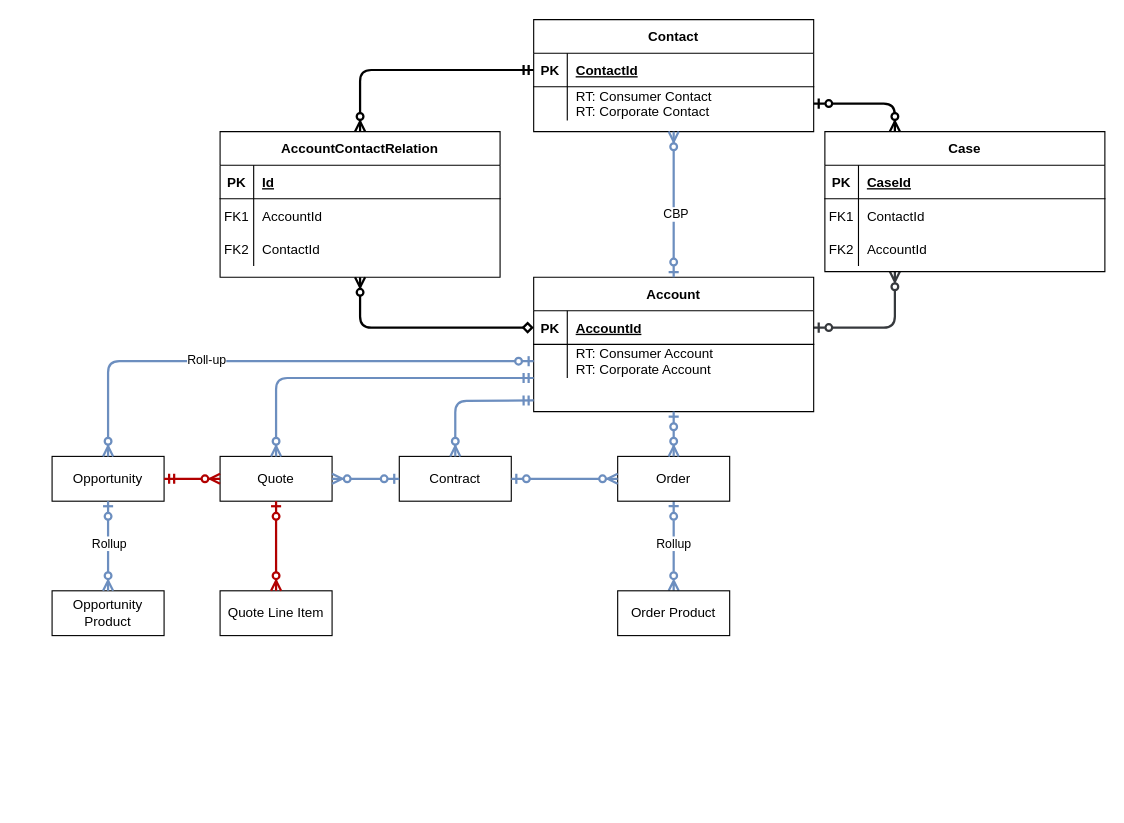
sivanandjothy/arkangel keeps this draw.io diagram as page "Sales-Service" (1 of 2) of sales_service_datamodels.drawio. Above is the earlier version. Source tidied: cells renumbered, new cells numbered last; positions are measured from the earlier drawing's top-left corner, leaving out a move shared by most shapes. Both pictures are drawn from the tidied source at 112%, with x=0, y=0 at pixel (52, 19).
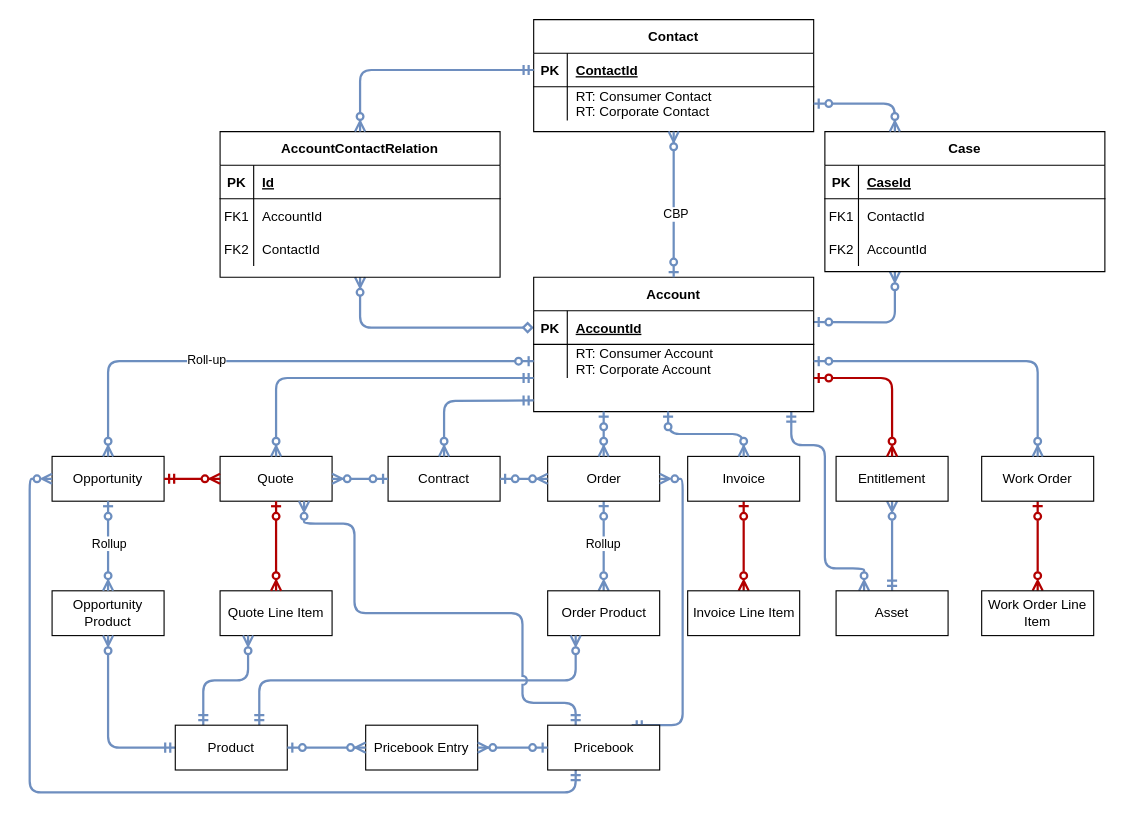
Above is the later version.

Unchanged cells that the change refers to:
```xml
<mxCell id="4" value="Account" style="shape=table;startSize=30;childLayout=tableLayout;rowLines=0;fontStyle=1;align=center;" parent="1" vertex="1">
  <mxGeometry x="430" y="230" width="250" height="120" as="geometry" />
</mxCell>
<mxCell id="5" style="shape=partialRectangle;fillColor=none;points=[[0,0.5],[1,0.5]];portConstraint=eastwest;top=0;left=0;right=0;bottom=1;" parent="4" vertex="1">
  <mxGeometry y="30" width="250" height="30" as="geometry" />
</mxCell>
<mxCell id="8" style="shape=partialRectangle;fillColor=none;points=[[0,0.5],[1,0.5]];portConstraint=eastwest;top=0;left=0;right=0;bottom=0;" parent="4" vertex="1">
  <mxGeometry y="60" width="250" height="30" as="geometry" />
</mxCell>
<mxCell id="11" value="AccountContactRelation" style="shape=table;startSize=30;childLayout=tableLayout;rowLines=0;fontStyle=1;align=center;" parent="1" vertex="1">
  <mxGeometry x="150" y="100" width="250" height="130" as="geometry" />
</mxCell>
<mxCell id="22" style="shape=partialRectangle;fillColor=none;points=[[0,0.5],[1,0.5]];portConstraint=eastwest;top=0;left=0;right=0;bottom=1;" parent="21" vertex="1">
  <mxGeometry y="30" width="250" height="30" as="geometry" />
</mxCell>
<mxCell id="25" style="shape=partialRectangle;fillColor=none;points=[[0,0.5],[1,0.5]];portConstraint=eastwest;top=0;left=0;right=0;bottom=0;" parent="21" vertex="1">
  <mxGeometry y="60" width="250" height="30" as="geometry" />
</mxCell>
<mxCell id="29" value="Case" style="shape=table;startSize=30;childLayout=tableLayout;rowLines=0;fontStyle=1;align=center;" parent="1" vertex="1">
  <mxGeometry x="690" y="100" width="250" height="125" as="geometry" />
</mxCell>
<mxCell id="42" value="Opportunity" style="whiteSpace=wrap;html=1;align=center;" parent="1" vertex="1">
  <mxGeometry y="390" width="100" height="40" as="geometry" />
</mxCell>
<mxCell id="43" value="Opportunity Product" style="whiteSpace=wrap;html=1;align=center;" parent="1" vertex="1">
  <mxGeometry y="510" width="100" height="40" as="geometry" />
</mxCell>
<mxCell id="48" value="Quote" style="whiteSpace=wrap;html=1;align=center;" parent="1" vertex="1">
  <mxGeometry x="150" y="390" width="100" height="40" as="geometry" />
</mxCell>
<mxCell id="49" value="Quote Line Item" style="whiteSpace=wrap;html=1;align=center;" parent="1" vertex="1">
  <mxGeometry x="150" y="510" width="100" height="40" as="geometry" />
</mxCell>
```

Diff of the diagram source:
```diff
@@
-    <mxCell id="2" style="endArrow=ERzeroToMany;startArrow=diamond;endFill=1;startFill=0;exitX=0;exitY=0.5;exitDx=0;exitDy=0;edgeStyle=orthogonalEdgeStyle;entryX=0.5;entryY=1;entryDx=0;entryDy=0;strokeWidth=2;" parent="1" edge="1" source="5" target="11">
+    <mxCell id="2" style="endArrow=ERzeroToMany;startArrow=diamond;endFill=1;startFill=0;exitX=0;exitY=0.5;exitDx=0;exitDy=0;edgeStyle=orthogonalEdgeStyle;entryX=0.5;entryY=1;entryDx=0;entryDy=0;strokeWidth=2;strokeColor=#6e8ebf;" parent="1" edge="1" source="5" target="11">
       <mxGeometry relative="1" as="geometry" />
     </mxCell>
-    <mxCell id="3" style="rounded=1;jumpStyle=arc;jettySize=auto;html=1;strokeColor=#36393d;endArrow=ERzeroToMany;endFill=0;startArrow=ERzeroToOne;startFill=0;entryX=0.25;entryY=1;entryDx=0;entryDy=0;edgeStyle=orthogonalEdgeStyle;exitX=1;exitY=0.5;exitDx=0;exitDy=0;strokeWidth=2;fillColor=#cce5ff;" parent="1" edge="1" source="5" target="29">
-      <mxGeometry relative="1" as="geometry" />
+    <mxCell id="3" style="rounded=1;jumpStyle=arc;jettySize=auto;html=1;strokeColor=#6d8ebf;endArrow=ERzeroToMany;endFill=0;startArrow=ERzeroToOne;startFill=0;entryX=0.25;entryY=1;entryDx=0;entryDy=0;edgeStyle=orthogonalEdgeStyle;strokeWidth=2;fillColor=#cce5ff;" parent="1" edge="1" target="29">
+      <mxGeometry relative="1" as="geometry">
+        <mxPoint x="680" y="270" as="sourcePoint" />
+      </mxGeometry>
     </mxCell>
+    <mxCell id="62" style="edgeStyle=orthogonalEdgeStyle;rounded=1;jumpStyle=arc;jettySize=auto;html=1;entryX=0.25;entryY=0;entryDx=0;entryDy=0;strokeColor=#6e8ebf;strokeWidth=2;startArrow=ERmandOne;startFill=0;endArrow=ERzeroToMany;endFill=0;" parent="1" edge="1" target="83">
+      <mxGeometry relative="1" as="geometry">
+        <mxPoint x="660" y="350" as="sourcePoint" />
+        <Array as="points">
+          <mxPoint x="660" y="380" />
+          <mxPoint x="690" y="380" />
+          <mxPoint x="690" y="490" />
+          <mxPoint x="725" y="490" />
+        </Array>
+      </mxGeometry>
+    </mxCell>
@@
-    <mxCell id="28" style="endArrow=ERzeroToMany;startArrow=ERmandOne;endFill=1;startFill=0;entryX=0.5;entryY=0;entryDx=0;entryDy=0;exitX=0;exitY=0.5;exitDx=0;exitDy=0;edgeStyle=orthogonalEdgeStyle;strokeWidth=2;" parent="1" edge="1" source="22" target="11">
+    <mxCell id="28" style="endArrow=ERzeroToMany;startArrow=ERmandOne;endFill=1;startFill=0;entryX=0.5;entryY=0;entryDx=0;entryDy=0;exitX=0;exitY=0.5;exitDx=0;exitDy=0;edgeStyle=orthogonalEdgeStyle;strokeWidth=2;strokeColor=#6e8ebf;" parent="1" edge="1" source="22" target="11">
       <mxGeometry relative="1" as="geometry" />
     </mxCell>
@@
-    <mxCell id="41" style="endArrow=ERzeroToMany;startArrow=ERzeroToOne;endFill=1;startFill=0;rounded=1;strokeColor=default;jumpStyle=arc;exitX=1;exitY=0.5;exitDx=0;exitDy=0;entryX=0.25;entryY=0;entryDx=0;entryDy=0;edgeStyle=orthogonalEdgeStyle;strokeWidth=2;" parent="1" edge="1" source="25" target="29">
+    <mxCell id="41" style="endArrow=ERzeroToMany;startArrow=ERzeroToOne;endFill=1;startFill=0;rounded=1;strokeColor=#6e8ebf;jumpStyle=arc;exitX=1;exitY=0.5;exitDx=0;exitDy=0;entryX=0.25;entryY=0;entryDx=0;entryDy=0;edgeStyle=orthogonalEdgeStyle;strokeWidth=2;fillColor=#cce5ff;" parent="1" edge="1" source="25" target="29">
       <mxGeometry relative="1" as="geometry" />
     </mxCell>
@@
     <mxCell id="53" value="Contract" style="whiteSpace=wrap;html=1;align=center;" parent="1" vertex="1">
-      <mxGeometry x="310" y="390" width="100" height="40" as="geometry" />
+      <mxGeometry x="300" y="390" width="100" height="40" as="geometry" />
     </mxCell>
@@
     <mxCell id="56" value="Order" style="whiteSpace=wrap;html=1;align=center;" parent="1" vertex="1">
-      <mxGeometry x="505" y="390" width="100" height="40" as="geometry" />
+      <mxGeometry x="442.5" y="390" width="100" height="40" as="geometry" />
     </mxCell>
     <mxCell id="57" value="Order Product" style="whiteSpace=wrap;html=1;align=center;" parent="1" vertex="1">
-      <mxGeometry x="505" y="510" width="100" height="40" as="geometry" />
+      <mxGeometry x="442.5" y="510" width="100" height="40" as="geometry" />
     </mxCell>
@@
-    <mxCell id="61" style="fontSize=12;html=1;endArrow=ERzeroToMany;startArrow=ERzeroToOne;rounded=1;strokeColor=#6c8ebf;jumpStyle=arc;orthogonal=0;snapToPoint=0;entryX=0.5;entryY=0;entryDx=0;entryDy=0;fillColor=#dae8fc;gradientColor=#7ea6e0;strokeWidth=2;exitX=0.5;exitY=1;exitDx=0;exitDy=0;" parent="1" edge="1" source="4" target="56">
+    <mxCell id="61" style="fontSize=12;html=1;endArrow=ERzeroToMany;startArrow=ERzeroToOne;rounded=1;strokeColor=#6c8ebf;jumpStyle=arc;orthogonal=0;snapToPoint=0;entryX=0.5;entryY=0;entryDx=0;entryDy=0;fillColor=#dae8fc;gradientColor=#7ea6e0;strokeWidth=2;exitX=0.25;exitY=1;exitDx=0;exitDy=0;" parent="1" edge="1" source="4" target="56">
       <mxGeometry x="-0.93" relative="1" as="geometry" />
     </mxCell>
+    <mxCell id="63" style="edgeStyle=orthogonalEdgeStyle;rounded=1;jumpStyle=arc;jettySize=auto;html=1;strokeColor=#B20000;strokeWidth=2;startArrow=ERzeroToOne;startFill=0;endArrow=ERzeroToMany;endFill=0;fontSize=12;fillColor=#e51400;gradientColor=#7ea6e0;" parent="1" edge="1" source="64" target="65">
+      <mxGeometry relative="1" as="geometry" />
+    </mxCell>
+    <mxCell id="64" value="Invoice" style="whiteSpace=wrap;html=1;align=center;" parent="1" vertex="1">
+      <mxGeometry x="567.5" y="390" width="100" height="40" as="geometry" />
+    </mxCell>
+    <mxCell id="65" value="Invoice Line Item" style="whiteSpace=wrap;html=1;align=center;" parent="1" vertex="1">
+      <mxGeometry x="567.5" y="510" width="100" height="40" as="geometry" />
+    </mxCell>
+    <mxCell id="66" style="fontSize=12;html=1;endArrow=ERzeroToMany;startArrow=ERzeroToOne;rounded=1;strokeColor=#6c8ebf;jumpStyle=arc;orthogonal=0;snapToPoint=0;entryX=0.5;entryY=0;entryDx=0;entryDy=0;fillColor=#dae8fc;gradientColor=#7ea6e0;strokeWidth=2;edgeStyle=orthogonalEdgeStyle;" parent="1" edge="1" target="64">
+      <mxGeometry x="-0.93" relative="1" as="geometry">
+        <mxPoint x="550" y="350" as="sourcePoint" />
+        <Array as="points">
+          <mxPoint x="550" y="370" />
+          <mxPoint x="618" y="370" />
+        </Array>
+      </mxGeometry>
+    </mxCell>
+    <mxCell id="67" style="edgeStyle=orthogonalEdgeStyle;rounded=1;jumpStyle=arc;jettySize=auto;html=1;exitX=0;exitY=0.5;exitDx=0;exitDy=0;entryX=0.5;entryY=1;entryDx=0;entryDy=0;strokeColor=#6e8ebf;strokeWidth=2;startArrow=ERmandOne;startFill=0;endArrow=ERzeroToMany;endFill=0;" parent="1" edge="1" source="70" target="43">
+      <mxGeometry relative="1" as="geometry" />
+    </mxCell>
+    <mxCell id="68" style="edgeStyle=orthogonalEdgeStyle;rounded=1;jumpStyle=arc;jettySize=auto;html=1;exitX=0.25;exitY=0;exitDx=0;exitDy=0;entryX=0.25;entryY=1;entryDx=0;entryDy=0;strokeColor=#6e8ebf;strokeWidth=2;startArrow=ERmandOne;startFill=0;endArrow=ERzeroToMany;endFill=0;" parent="1" edge="1" source="70" target="49">
+      <mxGeometry relative="1" as="geometry" />
+    </mxCell>
+    <mxCell id="69" style="edgeStyle=orthogonalEdgeStyle;rounded=1;jumpStyle=arc;jettySize=auto;html=1;exitX=0.75;exitY=0;exitDx=0;exitDy=0;entryX=0.25;entryY=1;entryDx=0;entryDy=0;strokeColor=#6e8ebf;strokeWidth=2;startArrow=ERmandOne;startFill=0;endArrow=ERzeroToMany;endFill=0;" parent="1" edge="1" source="70" target="57">
+      <mxGeometry relative="1" as="geometry" />
+    </mxCell>
+    <mxCell id="70" value="Product" style="whiteSpace=wrap;html=1;align=center;" parent="1" vertex="1">
+      <mxGeometry x="110" y="630" width="100" height="40" as="geometry" />
+    </mxCell>
+    <mxCell id="71" style="edgeStyle=orthogonalEdgeStyle;rounded=1;jumpStyle=arc;jettySize=auto;html=1;exitX=0.25;exitY=1;exitDx=0;exitDy=0;entryX=0;entryY=0.5;entryDx=0;entryDy=0;strokeColor=#6e8ebf;strokeWidth=2;startArrow=ERmandOne;startFill=0;endArrow=ERzeroToMany;endFill=0;" parent="1" edge="1" source="74" target="42">
+      <mxGeometry relative="1" as="geometry" />
+    </mxCell>
+    <mxCell id="72" style="edgeStyle=orthogonalEdgeStyle;rounded=1;jumpStyle=arc;jettySize=auto;html=1;exitX=0.25;exitY=0;exitDx=0;exitDy=0;entryX=0.75;entryY=1;entryDx=0;entryDy=0;strokeColor=#6e8ebf;strokeWidth=2;startArrow=ERmandOne;startFill=0;endArrow=ERzeroToMany;endFill=0;" parent="1" edge="1" source="74" target="48">
+      <mxGeometry relative="1" as="geometry">
+        <Array as="points">
+          <mxPoint x="468" y="610" />
+          <mxPoint x="420" y="610" />
+          <mxPoint x="420" y="530" />
+          <mxPoint x="270" y="530" />
+          <mxPoint x="270" y="450" />
+          <mxPoint x="225" y="450" />
+        </Array>
+      </mxGeometry>
+    </mxCell>
+    <mxCell id="73" style="edgeStyle=orthogonalEdgeStyle;rounded=1;jumpStyle=arc;jettySize=auto;html=1;exitX=0.75;exitY=0;exitDx=0;exitDy=0;entryX=1;entryY=0.5;entryDx=0;entryDy=0;strokeColor=#6e8ebf;strokeWidth=2;startArrow=ERmandOne;startFill=0;endArrow=ERzeroToMany;endFill=0;" parent="1" edge="1" source="74" target="56">
+      <mxGeometry relative="1" as="geometry">
+        <Array as="points">
+          <mxPoint x="563" y="630" />
+          <mxPoint x="563" y="410" />
+        </Array>
+      </mxGeometry>
+    </mxCell>
+    <mxCell id="74" value="Pricebook" style="whiteSpace=wrap;html=1;align=center;" parent="1" vertex="1">
+      <mxGeometry x="442.5" y="630" width="100" height="40" as="geometry" />
+    </mxCell>
+    <mxCell id="75" value="Pricebook Entry" style="whiteSpace=wrap;html=1;align=center;" parent="1" vertex="1">
+      <mxGeometry x="280" y="630" width="100" height="40" as="geometry" />
+    </mxCell>
+    <mxCell id="76" style="fontSize=12;html=1;endArrow=ERzeroToMany;startArrow=ERzeroToOne;rounded=1;strokeColor=#6c8ebf;jumpStyle=arc;orthogonal=0;snapToPoint=0;exitX=1;exitY=0.5;exitDx=0;exitDy=0;entryX=0;entryY=0.5;entryDx=0;entryDy=0;fillColor=#dae8fc;gradientColor=#7ea6e0;strokeWidth=2;" parent="1" edge="1" source="70" target="75">
+      <mxGeometry x="-0.93" relative="1" as="geometry" />
+    </mxCell>
+    <mxCell id="77" style="fontSize=12;html=1;endArrow=ERzeroToMany;startArrow=ERzeroToOne;rounded=1;strokeColor=#6c8ebf;jumpStyle=arc;orthogonal=0;snapToPoint=0;exitX=0;exitY=0.5;exitDx=0;exitDy=0;entryX=1;entryY=0.5;entryDx=0;entryDy=0;fillColor=#dae8fc;gradientColor=#7ea6e0;strokeWidth=2;" parent="1" edge="1" source="74" target="75">
+      <mxGeometry x="-0.93" relative="1" as="geometry" />
+    </mxCell>
+    <mxCell id="78" style="edgeStyle=orthogonalEdgeStyle;rounded=1;jumpStyle=arc;jettySize=auto;html=1;strokeColor=#B20000;strokeWidth=2;startArrow=ERzeroToOne;startFill=0;endArrow=ERzeroToMany;endFill=0;fontSize=12;fillColor=#e51400;gradientColor=#7ea6e0;" parent="1" edge="1" source="79" target="80">
+      <mxGeometry relative="1" as="geometry" />
+    </mxCell>
+    <mxCell id="79" value="Work Order" style="whiteSpace=wrap;html=1;align=center;" parent="1" vertex="1">
+      <mxGeometry x="830" y="390" width="100" height="40" as="geometry" />
+    </mxCell>
+    <mxCell id="80" value="Work Order Line Item" style="whiteSpace=wrap;html=1;align=center;" parent="1" vertex="1">
+      <mxGeometry x="830" y="510" width="100" height="40" as="geometry" />
+    </mxCell>
+    <mxCell id="81" style="fontSize=12;html=1;endArrow=ERzeroToMany;startArrow=ERzeroToOne;rounded=1;strokeColor=#6c8ebf;jumpStyle=arc;orthogonal=0;snapToPoint=0;entryX=0.5;entryY=0;entryDx=0;entryDy=0;fillColor=#dae8fc;gradientColor=#7ea6e0;strokeWidth=2;exitX=1;exitY=0.5;exitDx=0;exitDy=0;edgeStyle=orthogonalEdgeStyle;" parent="1" edge="1" source="8" target="79">
+      <mxGeometry x="-0.93" relative="1" as="geometry" />
+    </mxCell>
+    <mxCell id="82" style="edgeStyle=orthogonalEdgeStyle;rounded=1;jumpStyle=arc;jettySize=auto;html=1;exitX=0.5;exitY=0;exitDx=0;exitDy=0;entryX=0.5;entryY=1;entryDx=0;entryDy=0;strokeColor=#6e8ebf;strokeWidth=2;startArrow=ERmandOne;startFill=0;endArrow=ERzeroToMany;endFill=0;" parent="1" edge="1" source="83" target="84">
+      <mxGeometry relative="1" as="geometry" />
+    </mxCell>
+    <mxCell id="83" value="Asset" style="whiteSpace=wrap;html=1;align=center;" parent="1" vertex="1">
+      <mxGeometry x="700" y="510" width="100" height="40" as="geometry" />
+    </mxCell>
+    <mxCell id="84" value="Entitlement" style="whiteSpace=wrap;html=1;align=center;" parent="1" vertex="1">
+      <mxGeometry x="700" y="390" width="100" height="40" as="geometry" />
+    </mxCell>
+    <mxCell id="85" style="edgeStyle=orthogonalEdgeStyle;rounded=1;jumpStyle=arc;jettySize=auto;html=1;strokeColor=#B20000;strokeWidth=2;startArrow=ERzeroToOne;startFill=0;endArrow=ERzeroToMany;endFill=0;fontSize=12;fillColor=#e51400;gradientColor=#7ea6e0;exitX=1;exitY=0.75;exitDx=0;exitDy=0;entryX=0.5;entryY=0;entryDx=0;entryDy=0;" parent="1" edge="1" source="4" target="84">
+      <mxGeometry relative="1" as="geometry" />
+    </mxCell>
```
